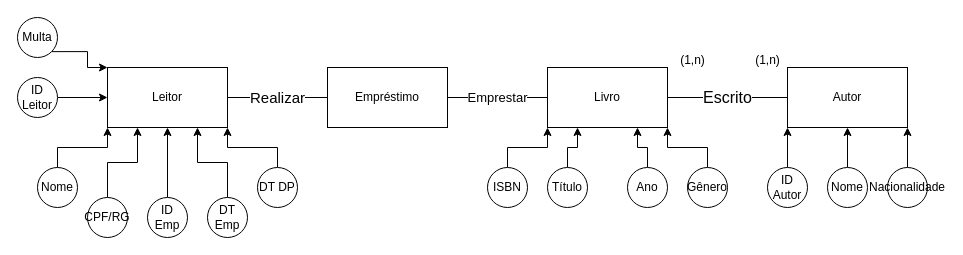
Before: Diagrama sem nome.drawio in J4oG/DER, a draw.io diagram. Source tidied: cells renumbered, new cells numbered last; positions are measured from the earlier drawing's top-left corner, leaving out a move shared by most shapes. Both pictures are drawn from the tidied source at 100%, with x=0, y=0 at pixel (17, 17).
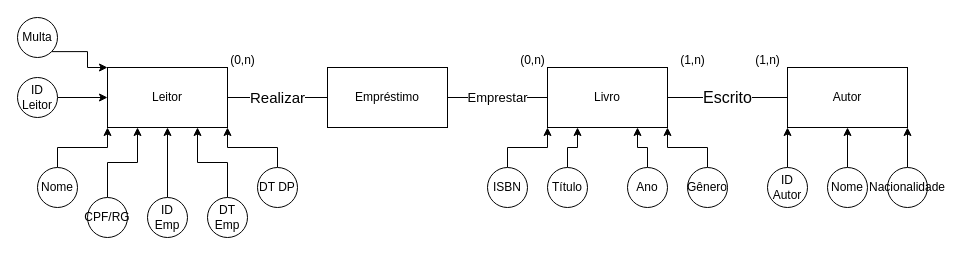
After the change.

Commit message:
Diagram Entity RelationShip.drawio

Change to the diagram source:
```diff
@@
+    <mxCell id="39" value="(0,n)" style="text;html=1;align=center;verticalAlign=middle;strokeColor=none;fillColor=none;" parent="1" vertex="1">
+      <mxGeometry x="490" y="28" width="50" height="30" as="geometry" />
+    </mxCell>
+    <mxCell id="40" value="(0,n)" style="text;html=1;align=center;verticalAlign=middle;strokeColor=none;fillColor=none;" parent="1" vertex="1">
+      <mxGeometry x="200" y="28" width="50" height="30" as="geometry" />
+    </mxCell>
```
